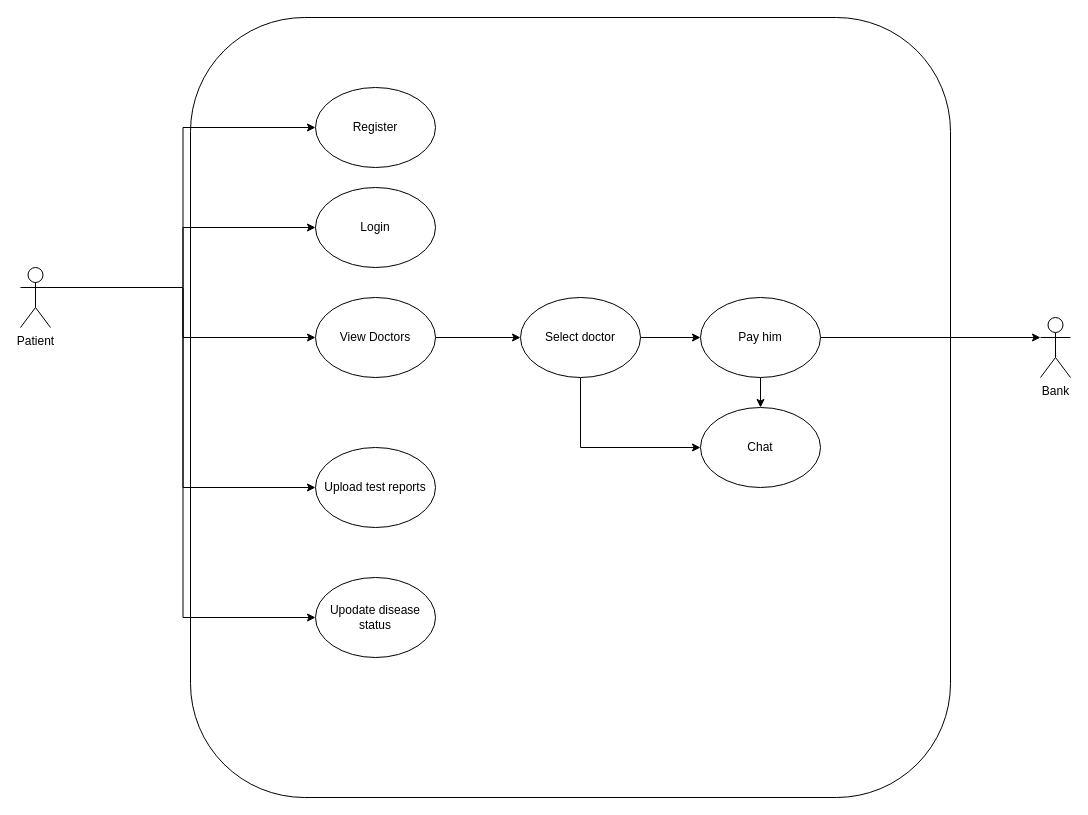
Earlier version of the draw.io diagram page "Patient" (3 of 5) of STQA.drawio (MohitBurkule/doctorconnect). Source tidied: cells renumbered, new cells numbered last; positions are measured from the earlier drawing's top-left corner, leaving out a move shared by most shapes. Both pictures are drawn from the tidied source at 100%, with x=0, y=0 at pixel (20, 17).
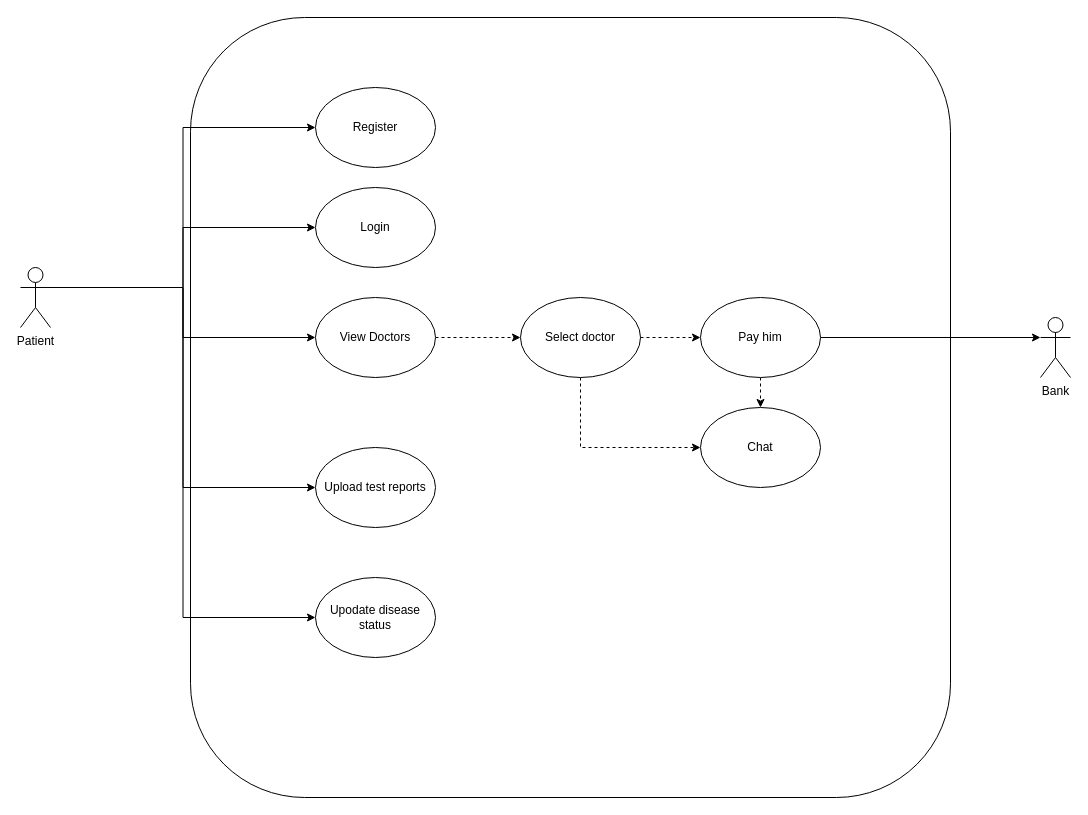
Above is the later version.

The change refers to these unchanged cells:
```xml
<mxCell id="12" value="View Doctors" style="ellipse;whiteSpace=wrap;html=1;" parent="1" vertex="1">
  <mxGeometry x="295" y="280" width="120" height="80" as="geometry" />
</mxCell>
<mxCell id="17" value="Select doctor" style="ellipse;whiteSpace=wrap;html=1;" parent="1" vertex="1">
  <mxGeometry x="500" y="280" width="120" height="80" as="geometry" />
</mxCell>
<mxCell id="20" value="Pay him" style="ellipse;whiteSpace=wrap;html=1;" parent="1" vertex="1">
  <mxGeometry x="680" y="280" width="120" height="80" as="geometry" />
</mxCell>
<mxCell id="21" value="Chat" style="ellipse;whiteSpace=wrap;html=1;" parent="1" vertex="1">
  <mxGeometry x="680" y="390" width="120" height="80" as="geometry" />
</mxCell>
```

What changed in the source:
```diff
@@
-    <mxCell id="11" style="edgeStyle=orthogonalEdgeStyle;rounded=0;jettySize=auto;html=1;exitX=1;exitY=0.5;exitDx=0;exitDy=0;entryX=0;entryY=0.5;entryDx=0;entryDy=0;" parent="1" edge="1" source="12" target="17">
+    <mxCell id="11" style="edgeStyle=orthogonalEdgeStyle;rounded=0;jettySize=auto;html=1;exitX=1;exitY=0.5;exitDx=0;exitDy=0;entryX=0;entryY=0.5;entryDx=0;entryDy=0;dashed=1;" parent="1" edge="1" source="12" target="17">
       <mxGeometry relative="1" as="geometry" />
     </mxCell>
@@
-    <mxCell id="15" style="edgeStyle=orthogonalEdgeStyle;rounded=0;jettySize=auto;html=1;exitX=1;exitY=0.5;exitDx=0;exitDy=0;entryX=0;entryY=0.5;entryDx=0;entryDy=0;" parent="1" edge="1" source="17" target="20">
+    <mxCell id="15" style="edgeStyle=orthogonalEdgeStyle;rounded=0;jettySize=auto;html=1;exitX=1;exitY=0.5;exitDx=0;exitDy=0;entryX=0;entryY=0.5;entryDx=0;entryDy=0;dashed=1;" parent="1" edge="1" source="17" target="20">
       <mxGeometry relative="1" as="geometry" />
     </mxCell>
-    <mxCell id="16" style="edgeStyle=orthogonalEdgeStyle;rounded=0;jettySize=auto;html=1;exitX=0.5;exitY=1;exitDx=0;exitDy=0;entryX=0;entryY=0.5;entryDx=0;entryDy=0;" parent="1" edge="1" source="17" target="21">
+    <mxCell id="16" style="edgeStyle=orthogonalEdgeStyle;rounded=0;jettySize=auto;html=1;exitX=0.5;exitY=1;exitDx=0;exitDy=0;entryX=0;entryY=0.5;entryDx=0;entryDy=0;dashed=1;" parent="1" edge="1" source="17" target="21">
       <mxGeometry relative="1" as="geometry" />
     </mxCell>
@@
-    <mxCell id="18" style="edgeStyle=orthogonalEdgeStyle;rounded=0;jettySize=auto;html=1;exitX=0.5;exitY=1;exitDx=0;exitDy=0;entryX=0.5;entryY=0;entryDx=0;entryDy=0;" parent="1" edge="1" source="20" target="21">
+    <mxCell id="18" style="edgeStyle=orthogonalEdgeStyle;rounded=0;jettySize=auto;html=1;exitX=0.5;exitY=1;exitDx=0;exitDy=0;entryX=0.5;entryY=0;entryDx=0;entryDy=0;dashed=1;" parent="1" edge="1" source="20" target="21">
       <mxGeometry relative="1" as="geometry" />
     </mxCell>
```
